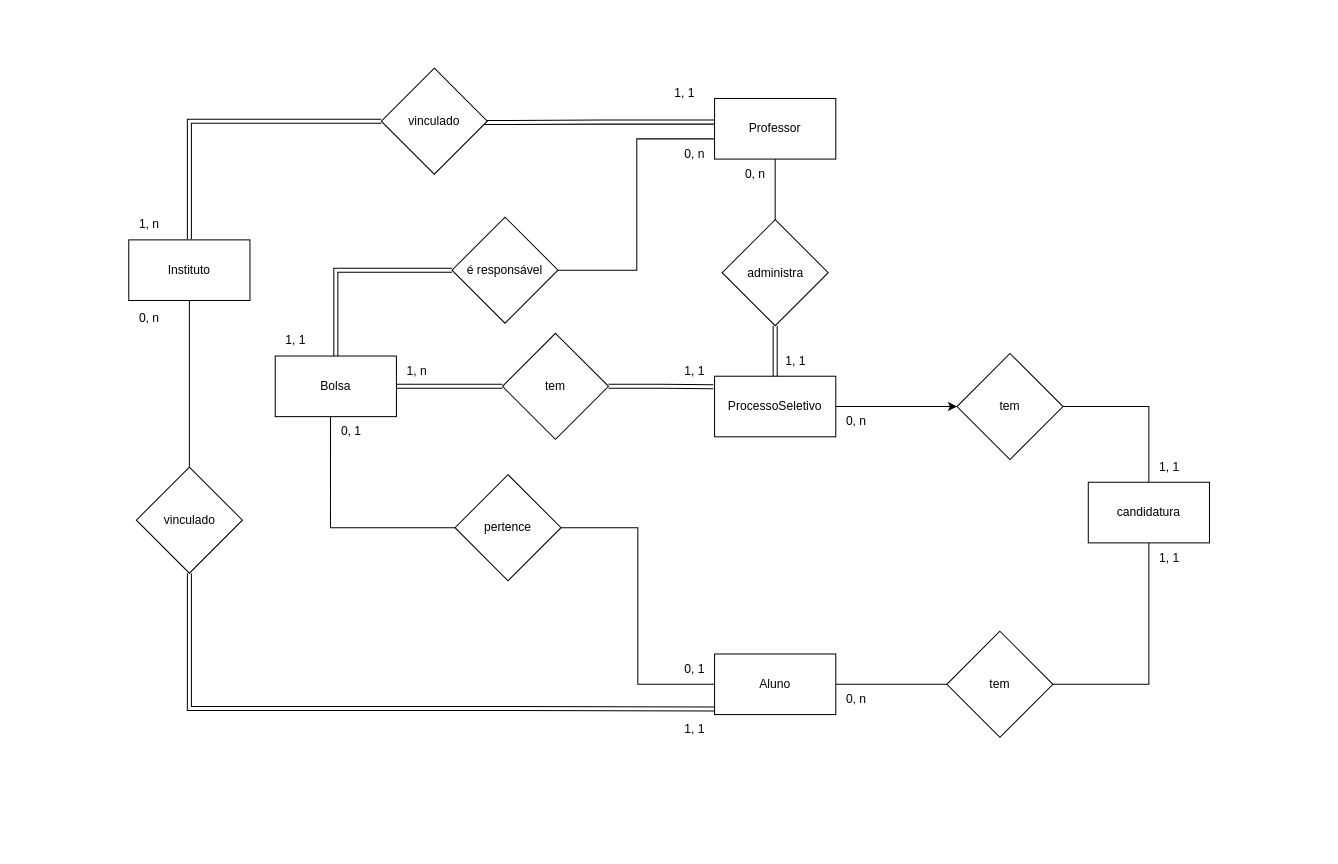
Before: Diagrama sem nome.drawio in malucsta/gerenciamento-de-bolsas, a draw.io diagram. Source tidied: cells renumbered, new cells numbered last; positions are measured from the earlier drawing's top-left corner, leaving out a move shared by most shapes. Both pictures are drawn from the tidied source at 101%, with x=0, y=0 at pixel (128, 68).
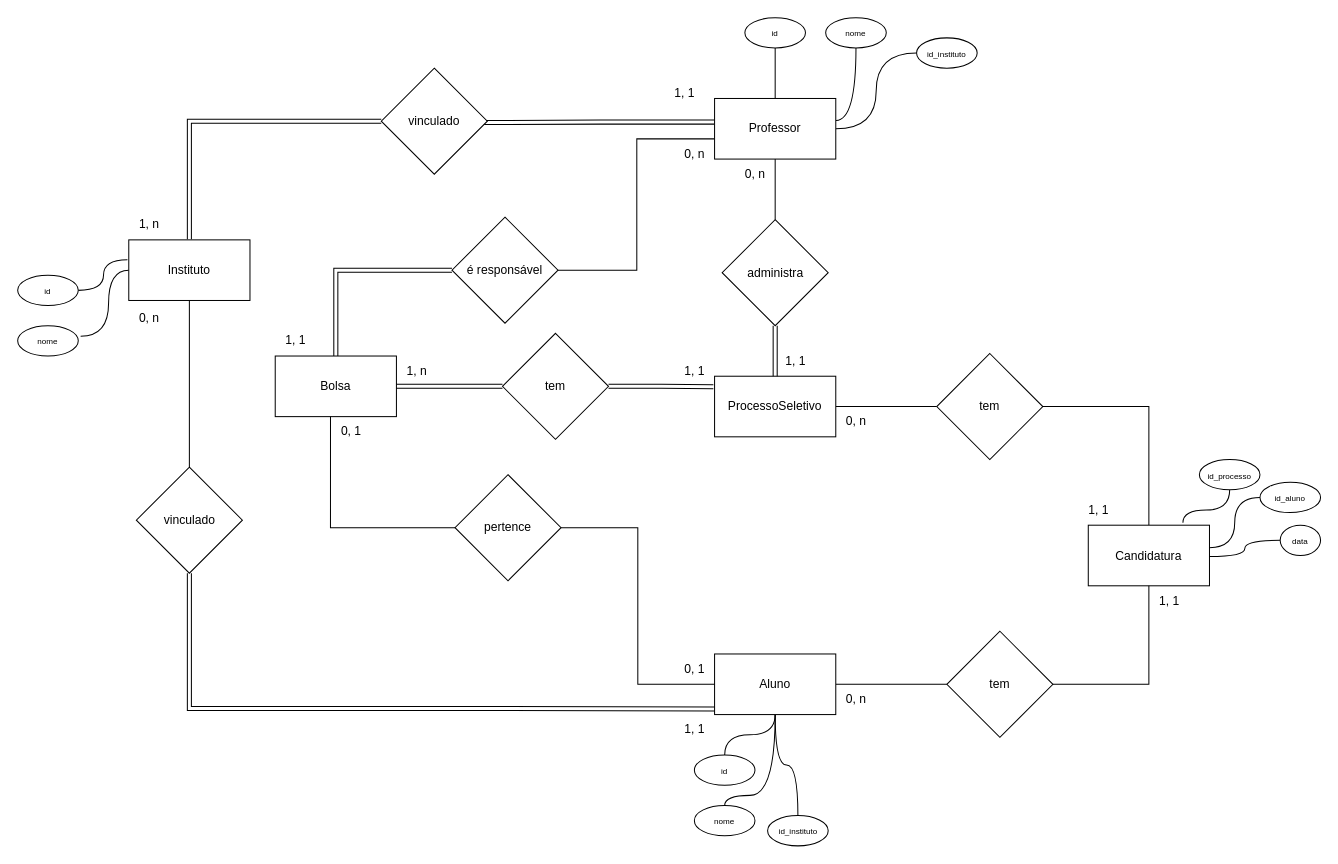
The same diagram, later.

The change refers to these unchanged cells:
```xml
<mxCell id="7" value="ProcessoSeletivo" style="rounded=0;whiteSpace=wrap;html=1;" parent="1" vertex="1">
  <mxGeometry x="580" y="305" width="120" height="60" as="geometry" />
</mxCell>
<mxCell id="12" value="Aluno" style="rounded=0;whiteSpace=wrap;html=1;comic=0;fixDash=0;glass=0;shadow=0;" parent="1" vertex="1">
  <mxGeometry x="580" y="580" width="120" height="60" as="geometry" />
</mxCell>
<mxCell id="21" value="Professor" style="rounded=0;whiteSpace=wrap;html=1;" parent="1" vertex="1">
  <mxGeometry x="580" y="30" width="120" height="60" as="geometry" />
</mxCell>
<mxCell id="27" value="Instituto" style="rounded=0;whiteSpace=wrap;html=1;comic=0;jiggle=100;" parent="1" vertex="1">
  <mxGeometry y="170" width="120" height="60" as="geometry" />
</mxCell>
```

The edit, as a diff of the source:
```diff
@@
     <mxCell id="5" style="edgeStyle=orthogonalEdgeStyle;rounded=0;jettySize=auto;html=1;entryX=0.5;entryY=0;entryDx=0;entryDy=0;endArrow=none;endFill=0;" parent="1" edge="1" source="41" target="40">
-      <mxGeometry relative="1" as="geometry" />
+      <mxGeometry relative="1" as="geometry">
+        <Array as="points">
+          <mxPoint x="1010" y="335" />
+        </Array>
+      </mxGeometry>
     </mxCell>
-    <mxCell id="6" style="edgeStyle=orthogonalEdgeStyle;rounded=0;jettySize=auto;html=1;entryX=0;entryY=0.5;entryDx=0;entryDy=0;" parent="1" edge="1" source="7" target="41">
+    <mxCell id="6" style="edgeStyle=orthogonalEdgeStyle;rounded=0;jettySize=auto;html=1;entryX=0;entryY=0.5;entryDx=0;entryDy=0;endArrow=none;endFill=0;" parent="1" edge="1" source="7" target="41">
       <mxGeometry relative="1" as="geometry" />
     </mxCell>
@@
+    <mxCell id="48" style="edgeStyle=orthogonalEdgeStyle;rounded=0;jettySize=auto;html=1;entryX=0.5;entryY=0;entryDx=0;entryDy=0;curved=1;endArrow=none;endFill=0;" parent="1" edge="1" source="12" target="60">
+      <mxGeometry relative="1" as="geometry">
+        <Array as="points">
+          <mxPoint x="640" y="660" />
+          <mxPoint x="590" y="660" />
+        </Array>
+      </mxGeometry>
+    </mxCell>
+    <mxCell id="49" style="edgeStyle=orthogonalEdgeStyle;rounded=0;jettySize=auto;html=1;entryX=0.5;entryY=0;entryDx=0;entryDy=0;curved=1;endArrow=none;endFill=0;" parent="1" edge="1" source="12" target="61">
+      <mxGeometry relative="1" as="geometry">
+        <Array as="points">
+          <mxPoint x="640" y="720" />
+          <mxPoint x="590" y="720" />
+        </Array>
+      </mxGeometry>
+    </mxCell>
+    <mxCell id="50" style="edgeStyle=orthogonalEdgeStyle;rounded=0;jettySize=auto;html=1;entryX=0.5;entryY=0;entryDx=0;entryDy=0;curved=1;endArrow=none;endFill=0;" parent="1" edge="1" source="12" target="69">
+      <mxGeometry relative="1" as="geometry" />
+    </mxCell>
@@
+    <mxCell id="51" style="edgeStyle=orthogonalEdgeStyle;rounded=0;jettySize=auto;html=1;entryX=0.5;entryY=1;entryDx=0;entryDy=0;curved=1;exitX=0.5;exitY=0;exitDx=0;exitDy=0;endArrow=none;endFill=0;" parent="1" edge="1" source="21" target="65">
+      <mxGeometry relative="1" as="geometry">
+        <Array as="points">
+          <mxPoint x="640" y="-10" />
+          <mxPoint x="640" y="-10" />
+        </Array>
+      </mxGeometry>
+    </mxCell>
+    <mxCell id="52" style="edgeStyle=orthogonalEdgeStyle;rounded=0;jettySize=auto;html=1;exitX=1;exitY=0.5;exitDx=0;exitDy=0;entryX=0;entryY=0.5;entryDx=0;entryDy=0;endArrow=none;endFill=0;curved=1;" parent="1" edge="1" source="21" target="68">
+      <mxGeometry relative="1" as="geometry" />
+    </mxCell>
@@
+    <mxCell id="53" style="edgeStyle=orthogonalEdgeStyle;rounded=0;jettySize=auto;html=1;entryX=1.039;entryY=0.344;entryDx=0;entryDy=0;entryPerimeter=0;curved=1;endArrow=none;endFill=0;" parent="1" edge="1" source="27" target="64">
+      <mxGeometry relative="1" as="geometry">
+        <Array as="points">
+          <mxPoint x="-20" y="200" />
+          <mxPoint x="-20" y="265" />
+        </Array>
+      </mxGeometry>
+    </mxCell>
@@
-    <mxCell id="40" value="candidatura" style="rounded=0;whiteSpace=wrap;html=1;" parent="1" vertex="1">
-      <mxGeometry x="950" y="410" width="120" height="60" as="geometry" />
+    <mxCell id="40" value="Candidatura" style="rounded=0;whiteSpace=wrap;html=1;" parent="1" vertex="1">
+      <mxGeometry x="950" y="452.5" width="120" height="60" as="geometry" />
     </mxCell>
     <mxCell id="41" value="tem" style="rhombus;whiteSpace=wrap;html=1;" parent="1" vertex="1">
-      <mxGeometry x="820" y="282.5" width="105" height="105" as="geometry" />
+      <mxGeometry x="800" y="282.5" width="105" height="105" as="geometry" />
     </mxCell>
@@
     <mxCell id="45" value="1, 1" style="text;html=1;align=center;verticalAlign=middle;strokeColor=none;fillColor=none;" parent="1" vertex="1">
-      <mxGeometry x="1010" y="380" width="40" height="30" as="geometry" />
+      <mxGeometry x="940" y="422.5" width="40" height="30" as="geometry" />
     </mxCell>
     <mxCell id="46" value="1, 1" style="text;html=1;align=center;verticalAlign=middle;strokeColor=none;fillColor=none;" parent="1" vertex="1">
-      <mxGeometry x="1010" y="470" width="40" height="30" as="geometry" />
+      <mxGeometry x="1010" y="512.5" width="40" height="30" as="geometry" />
     </mxCell>
@@
+    <mxCell id="54" style="edgeStyle=orthogonalEdgeStyle;rounded=0;jettySize=auto;html=1;entryX=0.781;entryY=-0.04;entryDx=0;entryDy=0;entryPerimeter=0;curved=1;endArrow=none;endFill=0;" parent="1" edge="1" source="55" target="40">
+      <mxGeometry relative="1" as="geometry" />
+    </mxCell>
+    <mxCell id="55" value="&lt;font style=&quot;font-size: 8px;&quot;&gt;id_processo&lt;/font&gt;" style="ellipse;whiteSpace=wrap;html=1;" parent="1" vertex="1">
+      <mxGeometry x="1060" y="387.5" width="60" height="30" as="geometry" />
+    </mxCell>
+    <mxCell id="56" style="edgeStyle=orthogonalEdgeStyle;rounded=0;jettySize=auto;html=1;entryX=0.998;entryY=0.372;entryDx=0;entryDy=0;entryPerimeter=0;curved=1;endArrow=none;endFill=0;" parent="1" edge="1" source="57" target="40">
+      <mxGeometry relative="1" as="geometry" />
+    </mxCell>
+    <mxCell id="57" value="&lt;font style=&quot;font-size: 8px;&quot;&gt;id_aluno&lt;/font&gt;" style="ellipse;whiteSpace=wrap;html=1;" parent="1" vertex="1">
+      <mxGeometry x="1120" y="410" width="60" height="30" as="geometry" />
+    </mxCell>
+    <mxCell id="58" style="edgeStyle=orthogonalEdgeStyle;rounded=0;jettySize=auto;html=1;entryX=0.998;entryY=0.515;entryDx=0;entryDy=0;entryPerimeter=0;endArrow=none;endFill=0;curved=1;" parent="1" edge="1" source="59" target="40">
+      <mxGeometry relative="1" as="geometry" />
+    </mxCell>
+    <mxCell id="59" value="&lt;font style=&quot;font-size: 8px;&quot;&gt;data&lt;/font&gt;" style="ellipse;whiteSpace=wrap;html=1;" parent="1" vertex="1">
+      <mxGeometry x="1140" y="452.5" width="40" height="30" as="geometry" />
+    </mxCell>
+    <mxCell id="60" value="&lt;font style=&quot;font-size: 8px;&quot;&gt;id&lt;/font&gt;" style="ellipse;whiteSpace=wrap;html=1;" parent="1" vertex="1">
+      <mxGeometry x="560" y="680" width="60" height="30" as="geometry" />
+    </mxCell>
+    <mxCell id="61" value="&lt;font style=&quot;font-size: 8px;&quot;&gt;nome&lt;/font&gt;" style="ellipse;whiteSpace=wrap;html=1;" parent="1" vertex="1">
+      <mxGeometry x="560" y="730" width="60" height="30" as="geometry" />
+    </mxCell>
+    <mxCell id="62" style="edgeStyle=orthogonalEdgeStyle;rounded=0;jettySize=auto;html=1;entryX=-0.011;entryY=0.328;entryDx=0;entryDy=0;entryPerimeter=0;endArrow=none;endFill=0;curved=1;" parent="1" edge="1" source="63" target="27">
+      <mxGeometry relative="1" as="geometry" />
+    </mxCell>
+    <mxCell id="63" value="&lt;font style=&quot;font-size: 8px;&quot;&gt;id&lt;/font&gt;" style="ellipse;whiteSpace=wrap;html=1;" parent="1" vertex="1">
+      <mxGeometry x="-110" y="205" width="60" height="30" as="geometry" />
+    </mxCell>
+    <mxCell id="64" value="&lt;font style=&quot;font-size: 8px;&quot;&gt;nome&lt;/font&gt;" style="ellipse;whiteSpace=wrap;html=1;" parent="1" vertex="1">
+      <mxGeometry x="-110" y="255" width="60" height="30" as="geometry" />
+    </mxCell>
+    <mxCell id="65" value="&lt;font style=&quot;font-size: 8px;&quot;&gt;id&lt;/font&gt;" style="ellipse;whiteSpace=wrap;html=1;" parent="1" vertex="1">
+      <mxGeometry x="610" y="-50" width="60" height="30" as="geometry" />
+    </mxCell>
+    <mxCell id="66" style="edgeStyle=orthogonalEdgeStyle;rounded=0;jettySize=auto;html=1;entryX=1.002;entryY=0.362;entryDx=0;entryDy=0;entryPerimeter=0;curved=1;endArrow=none;endFill=0;" parent="1" edge="1" source="67" target="21">
+      <mxGeometry relative="1" as="geometry" />
+    </mxCell>
+    <mxCell id="67" value="&lt;font style=&quot;font-size: 8px;&quot;&gt;nome&lt;/font&gt;" style="ellipse;whiteSpace=wrap;html=1;" parent="1" vertex="1">
+      <mxGeometry x="690" y="-50" width="60" height="30" as="geometry" />
+    </mxCell>
+    <mxCell id="68" value="&lt;font style=&quot;font-size: 8px;&quot;&gt;id_instituto&lt;/font&gt;" style="ellipse;whiteSpace=wrap;html=1;" parent="1" vertex="1">
+      <mxGeometry x="780" y="-30" width="60" height="30" as="geometry" />
+    </mxCell>
+    <mxCell id="69" value="&lt;font style=&quot;font-size: 8px;&quot;&gt;id_instituto&lt;/font&gt;" style="ellipse;whiteSpace=wrap;html=1;" parent="1" vertex="1">
+      <mxGeometry x="632.5" y="740" width="60" height="30" as="geometry" />
+    </mxCell>
```
